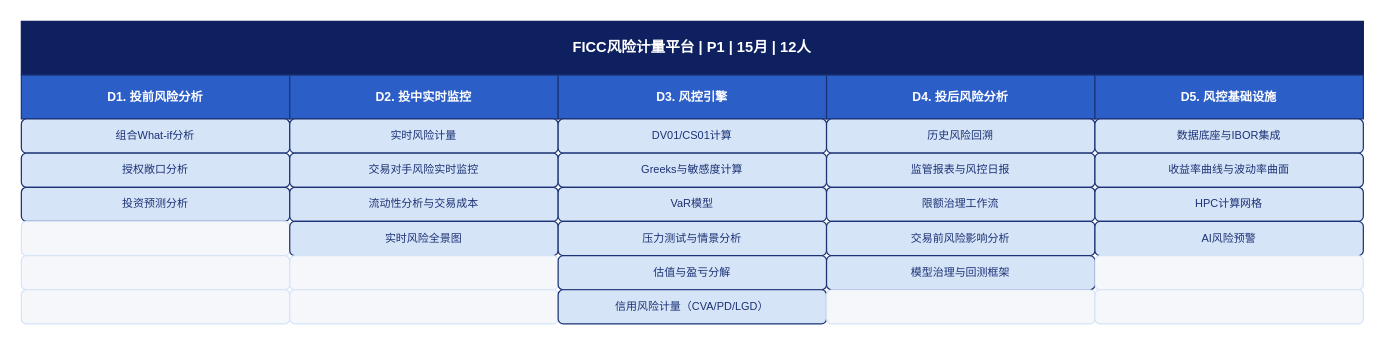
Earlier version of the draw.io diagram Feasibility_analysis/drawio/detail_04_FICC风险计量平台.drawio (BellyFish99/ficc-projDocs). Source tidied: cells renumbered, new cells numbered last; positions are measured from the earlier drawing's top-left corner, leaving out a move shared by most shapes. Both pictures are drawn from the tidied source at 122%, with x=0, y=0 at pixel (21, 21).
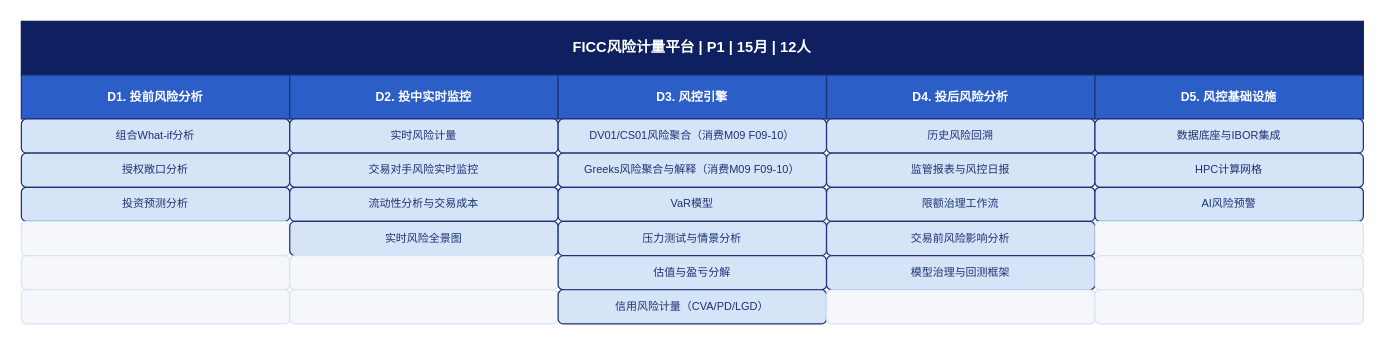
The same page after the edit.

Diff of the diagram source:
```diff
@@
-    <mxCell id="10" value="DV01/CS01计算" style="rounded=1;whiteSpace=wrap;html=1;fillColor=#D6E4F7;fontColor=#1B3275;strokeColor=#1B3275;fontSize=9;align=center;verticalAlign=middle;" parent="1" vertex="1">
+    <mxCell id="10" value="DV01/CS01风险聚合（消费M09 F09-10）" style="rounded=1;whiteSpace=wrap;html=1;fillColor=#D6E4F7;fontColor=#1B3275;strokeColor=#1B3275;fontSize=9;align=center;verticalAlign=middle;" parent="1" vertex="1">
       <mxGeometry x="440" y="80" width="220" height="28" as="geometry" />
     </mxCell>
@@
-    <mxCell id="15" value="Greeks与敏感度计算" style="rounded=1;whiteSpace=wrap;html=1;fillColor=#D6E4F7;fontColor=#1B3275;strokeColor=#1B3275;fontSize=9;align=center;verticalAlign=middle;" parent="1" vertex="1">
+    <mxCell id="15" value="Greeks风险聚合与解释（消费M09 F09-10）" style="rounded=1;whiteSpace=wrap;html=1;fillColor=#D6E4F7;fontColor=#1B3275;strokeColor=#1B3275;fontSize=9;align=center;verticalAlign=middle;" parent="1" vertex="1">
       <mxGeometry x="440" y="108" width="220" height="28" as="geometry" />
     </mxCell>
@@
-    <mxCell id="17" value="收益率曲线与波动率曲面" style="rounded=1;whiteSpace=wrap;html=1;fillColor=#D6E4F7;fontColor=#1B3275;strokeColor=#1B3275;fontSize=9;align=center;verticalAlign=middle;" parent="1" vertex="1">
+    <mxCell id="17" value="HPC计算网格" style="rounded=1;whiteSpace=wrap;html=1;fillColor=#D6E4F7;fontColor=#1B3275;strokeColor=#1B3275;fontSize=9;align=center;verticalAlign=middle;" parent="1" vertex="1">
       <mxGeometry x="880" y="108" width="220" height="28" as="geometry" />
     </mxCell>
@@
-    <mxCell id="22" value="HPC计算网格" style="rounded=1;whiteSpace=wrap;html=1;fillColor=#D6E4F7;fontColor=#1B3275;strokeColor=#1B3275;fontSize=9;align=center;verticalAlign=middle;" parent="1" vertex="1">
+    <mxCell id="22" value="AI风险预警" style="rounded=1;whiteSpace=wrap;html=1;fillColor=#D6E4F7;fontColor=#1B3275;strokeColor=#1B3275;fontSize=9;align=center;verticalAlign=middle;" parent="1" vertex="1">
       <mxGeometry x="880" y="136" width="220" height="28" as="geometry" />
     </mxCell>
@@
-    <mxCell id="27" value="AI风险预警" style="rounded=1;whiteSpace=wrap;html=1;fillColor=#D6E4F7;fontColor=#1B3275;strokeColor=#1B3275;fontSize=9;align=center;verticalAlign=middle;" parent="1" vertex="1">
+    <mxCell id="27" style="rounded=1;whiteSpace=wrap;html=1;fillColor=#F5F7FA;fontColor=#F5F7FA;strokeColor=#D6E4F7;fontSize=9;" parent="1" vertex="1">
       <mxGeometry x="880" y="164" width="220" height="28" as="geometry" />
     </mxCell>
```
